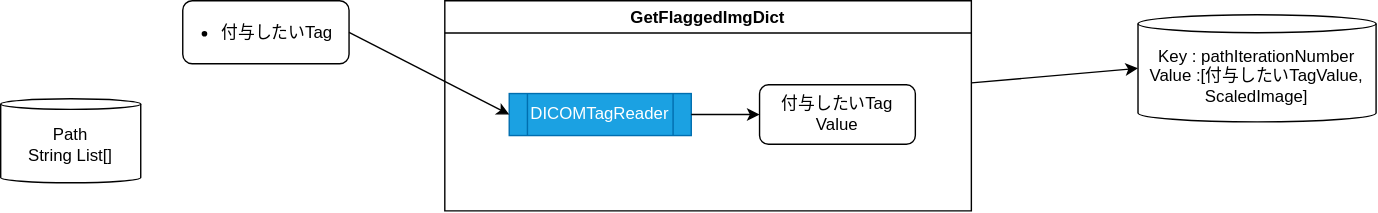
Above: Output.drawio.svg in nawaday-code/Protector_controller (draw.io), before the change. Source tidied: cells renumbered, new cells last; positions are measured from the earlier drawing's top-left corner, leaving out a move shared by most shapes.
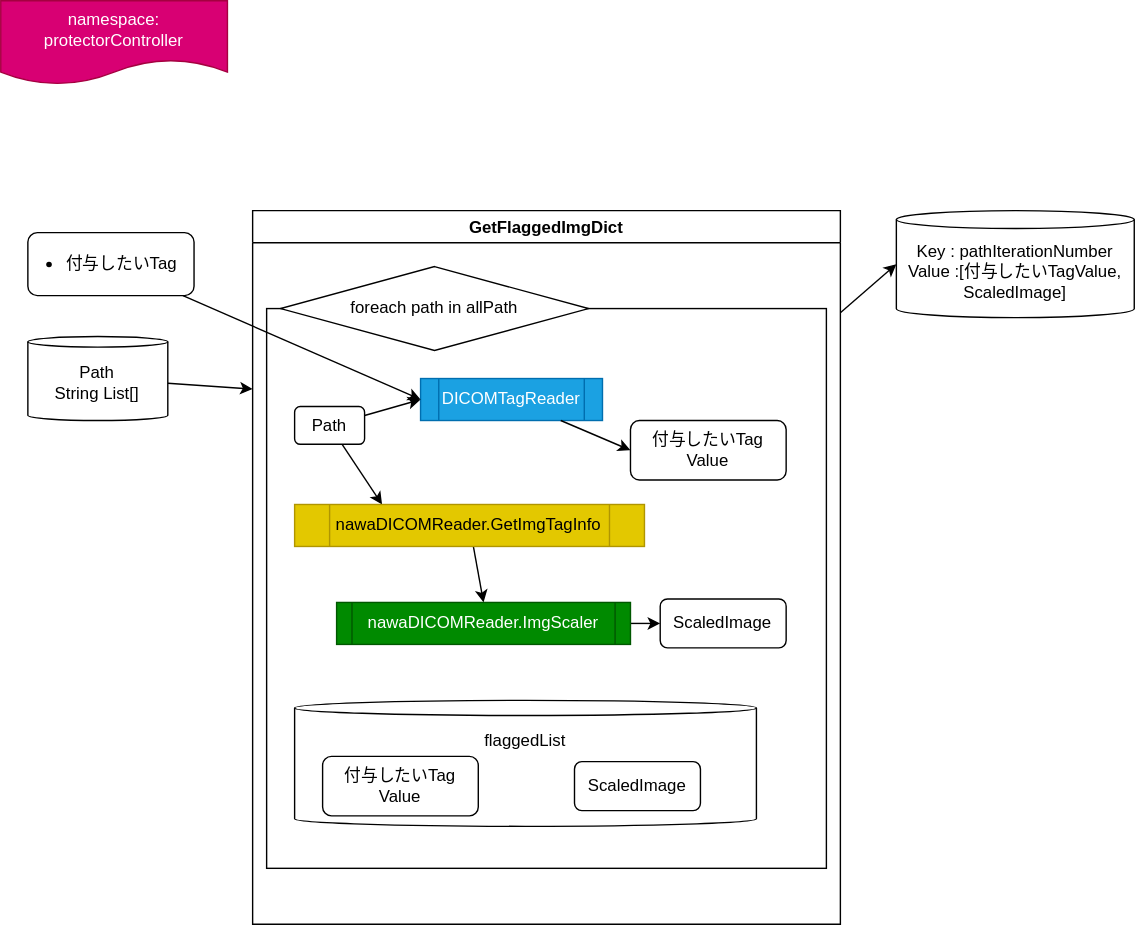
Above is the later version.

What changed in the source:
```diff
@@ -2,32 +2,77 @@
   <root>
     <mxCell id="0" />
     <mxCell id="1" parent="0" />
+    <mxCell id="11" style="whiteSpace=wrap;html=1;" parent="1" vertex="1">
+      <mxGeometry x="60" y="180" width="400" height="400" as="geometry" />
+    </mxCell>
     <mxCell id="2" style="edgeStyle=none;html=1;entryX=0;entryY=0.5;entryDx=0;entryDy=0;entryPerimeter=0;" parent="1" edge="1" source="3" target="7">
       <mxGeometry relative="1" as="geometry" />
     </mxCell>
     <mxCell id="3" value="GetFlaggedImgDict" style="swimlane;" parent="1" vertex="1">
-      <mxGeometry x="317.1" width="376" height="150" as="geometry" />
+      <mxGeometry x="50" y="110" width="420" height="510" as="geometry" />
     </mxCell>
     <mxCell id="4" value="付与したいTag&lt;br&gt;Value" style="rounded=1;whiteSpace=wrap;html=1;" parent="3" vertex="1">
-      <mxGeometry x="224.8" y="60" width="111.2" height="42.5" as="geometry" />
+      <mxGeometry x="270" y="150" width="111.2" height="42.5" as="geometry" />
     </mxCell>
     <mxCell id="5" value="DICOMTagReader" style="shape=process;whiteSpace=wrap;html=1;backgroundOutline=1;fillColor=#1ba1e2;strokeColor=#006EAF;fontColor=#ffffff;" parent="3" vertex="1">
-      <mxGeometry x="46" y="66.2" width="130" height="30" as="geometry" />
+      <mxGeometry x="120" y="120" width="130" height="30" as="geometry" />
     </mxCell>
     <mxCell id="6" style="edgeStyle=none;html=1;entryX=0;entryY=0.5;entryDx=0;entryDy=0;startArrow=none;startFill=0;" parent="3" edge="1" source="5" target="4">
       <mxGeometry relative="1" as="geometry" />
     </mxCell>
+    <mxCell id="12" value="foreach path in allPath" style="rhombus;whiteSpace=wrap;html=1;" parent="3" vertex="1">
+      <mxGeometry x="20" y="40" width="220" height="60" as="geometry" />
+    </mxCell>
+    <mxCell id="13" style="edgeStyle=none;html=1;entryX=0;entryY=0.5;entryDx=0;entryDy=0;" parent="3" edge="1" source="15" target="5">
+      <mxGeometry relative="1" as="geometry" />
+    </mxCell>
+    <mxCell id="14" style="edgeStyle=none;html=1;entryX=0.25;entryY=0;entryDx=0;entryDy=0;" parent="3" edge="1" source="15" target="17">
+      <mxGeometry relative="1" as="geometry" />
+    </mxCell>
+    <mxCell id="15" value="Path" style="rounded=1;whiteSpace=wrap;html=1;" parent="3" vertex="1">
+      <mxGeometry x="30" y="140" width="50" height="27" as="geometry" />
+    </mxCell>
+    <mxCell id="16" style="edgeStyle=none;html=1;entryX=0.5;entryY=0;entryDx=0;entryDy=0;" parent="3" edge="1" source="17" target="19">
+      <mxGeometry relative="1" as="geometry" />
+    </mxCell>
+    <mxCell id="17" value="nawaDICOMReader.GetImgTagInfo" style="shape=process;whiteSpace=wrap;html=1;backgroundOutline=1;fillColor=#e3c800;strokeColor=#B09500;fontColor=#000000;" parent="3" vertex="1">
+      <mxGeometry x="30" y="210" width="250" height="30" as="geometry" />
+    </mxCell>
+    <mxCell id="18" style="edgeStyle=none;html=1;entryX=0;entryY=0.5;entryDx=0;entryDy=0;" parent="3" edge="1" source="19" target="20">
+      <mxGeometry relative="1" as="geometry" />
+    </mxCell>
+    <mxCell id="19" value="nawaDICOMReader.ImgScaler" style="shape=process;whiteSpace=wrap;html=1;backgroundOutline=1;fillColor=#008a00;strokeColor=#005700;fontColor=#ffffff;size=0.05263157894736902;" parent="3" vertex="1">
+      <mxGeometry x="60" y="280" width="210" height="30" as="geometry" />
+    </mxCell>
+    <mxCell id="20" value="ScaledImage" style="rounded=1;whiteSpace=wrap;html=1;" parent="3" vertex="1">
+      <mxGeometry x="291.2" y="277.5" width="90" height="35" as="geometry" />
+    </mxCell>
+    <mxCell id="21" value="flaggedList&lt;br&gt;&lt;br&gt;&lt;br&gt;&lt;br&gt;" style="shape=cylinder3;whiteSpace=wrap;html=1;boundedLbl=1;backgroundOutline=1;size=5.411743164062557;" parent="3" vertex="1">
+      <mxGeometry x="30" y="350" width="330" height="90" as="geometry" />
+    </mxCell>
+    <mxCell id="22" value="付与したいTag&lt;br&gt;Value" style="rounded=1;whiteSpace=wrap;html=1;" parent="3" vertex="1">
+      <mxGeometry x="50" y="390" width="111.2" height="42.5" as="geometry" />
+    </mxCell>
+    <mxCell id="23" value="ScaledImage" style="rounded=1;whiteSpace=wrap;html=1;" parent="3" vertex="1">
+      <mxGeometry x="230" y="393.8" width="90" height="35" as="geometry" />
+    </mxCell>
     <mxCell id="7" value="Key : pathIterationNumber&lt;br&gt;Value :[付与したいTagValue,&amp;nbsp;&lt;br&gt;ScaledImage]" style="shape=cylinder3;whiteSpace=wrap;html=1;boundedLbl=1;backgroundOutline=1;size=6.4000244140625;" parent="1" vertex="1">
-      <mxGeometry x="812.1" y="10" width="170" height="76.5" as="geometry" />
+      <mxGeometry x="510" y="110" width="170" height="76.5" as="geometry" />
     </mxCell>
+    <mxCell id="9" style="edgeStyle=none;html=1;entryX=0;entryY=0.5;entryDx=0;entryDy=0;" parent="1" edge="1" source="8" target="5">
+      <mxGeometry relative="1" as="geometry" />
+    </mxCell>
     <mxCell id="8" value="&lt;ul&gt;&lt;li style=&quot;text-align: left&quot;&gt;付与したいTag&lt;/li&gt;&lt;/ul&gt;" style="rounded=1;whiteSpace=wrap;html=1;labelPosition=center;verticalLabelPosition=middle;align=center;verticalAlign=middle;textDirection=ltr;spacing=2;spacingLeft=-24;" parent="1" vertex="1">
-      <mxGeometry x="130" width="118.8" height="45" as="geometry" />
+      <mxGeometry x="-110.6" y="125.8" width="118.8" height="45" as="geometry" />
     </mxCell>
-    <mxCell id="9" style="edgeStyle=none;html=1;exitX=1;exitY=0.5;exitDx=0;exitDy=0;entryX=0;entryY=0.5;entryDx=0;entryDy=0;startArrow=none;startFill=0;" parent="1" edge="1" source="8" target="5">
-      <mxGeometry relative="1" as="geometry" />
-    </mxCell>
+    <mxCell id="24" style="edgeStyle=none;html=1;entryX=0;entryY=0.25;entryDx=0;entryDy=0;" parent="1" edge="1" source="10" target="3">
+      <mxGeometry relative="1" as="geometry" />
+    </mxCell>
     <mxCell id="10" value="Path&lt;br&gt;String List[]" style="shape=cylinder3;whiteSpace=wrap;html=1;boundedLbl=1;backgroundOutline=1;size=3.7647202435661598;" parent="1" vertex="1">
-      <mxGeometry y="70" width="100" height="60" as="geometry" />
+      <mxGeometry x="-110.6" y="200" width="100" height="60" as="geometry" />
     </mxCell>
+    <mxCell id="25" value="namespace:&lt;br&gt;protectorController" style="shape=document;whiteSpace=wrap;html=1;boundedLbl=1;fontFamily=Helvetica;fontSize=12;fontColor=#ffffff;align=center;strokeColor=#A50040;fillColor=#d80073;" parent="1" vertex="1">
+      <mxGeometry x="-130" y="-40" width="162" height="60" as="geometry" />
+    </mxCell>
   </root>
 </mxGraphModel>
```
